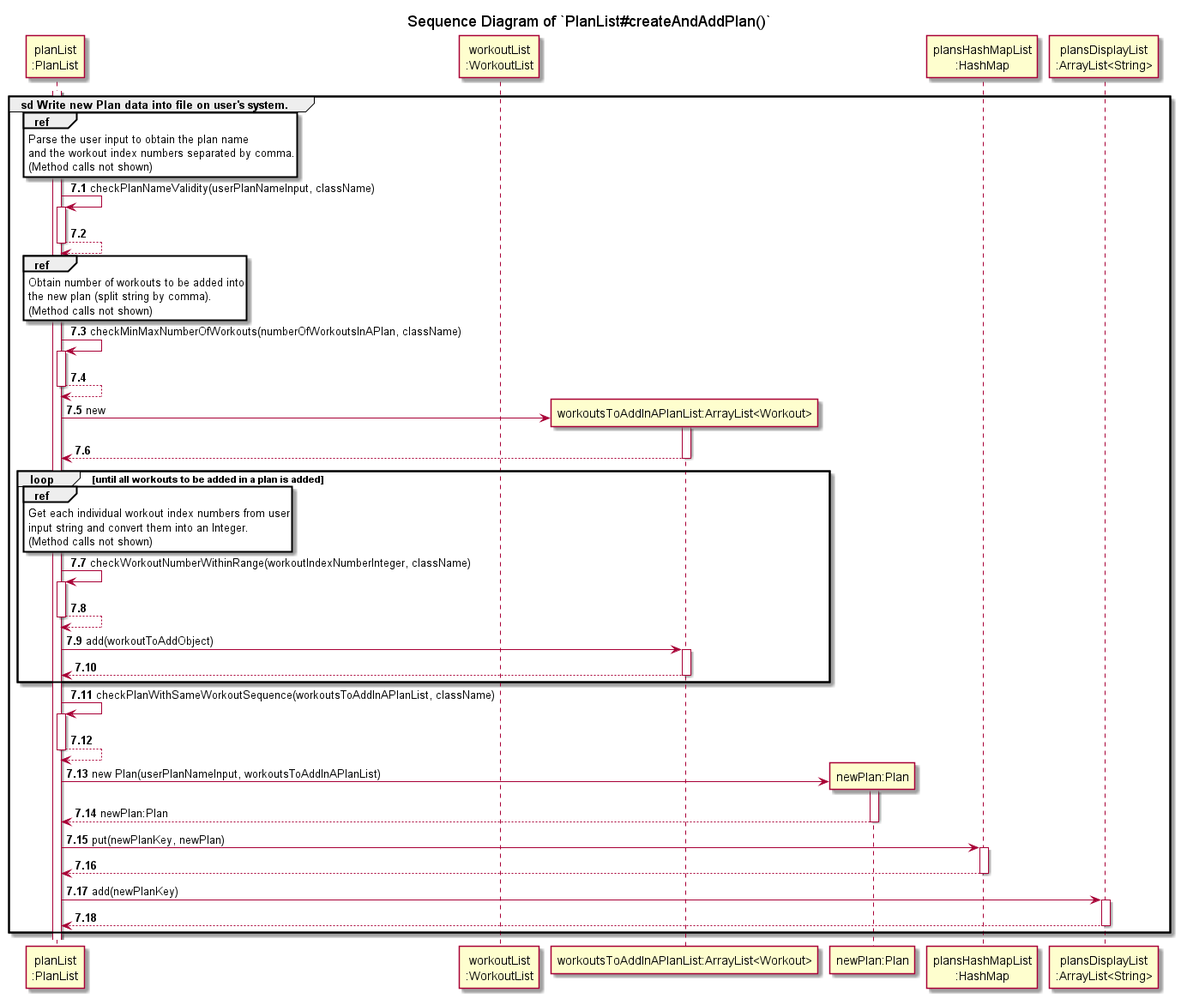
nus-cs2113-AY2122S2/tp keeps this PlantUML diagram as docs/uml/sequenceDiagrams/plans/images/createPlan-Part2.png. Above is the earlier version. The source it was exported from:
```plantuml
@startuml
!include ../Style.puml

autonumber 7.1

title Sequence Diagram of `PlanList#createAndAddPlan()`

participant "planList\n:PlanList" AS pl
participant "workoutList\n:WorkoutList" AS wl

activate pl
group sd Write new Plan data into file on user's system.

ref over pl
Parse the user input to obtain the plan name
and the workout index numbers separated by comma.
(Method calls not shown)
end

pl -> pl : checkPlanNameValidity(userPlanNameInput, className)
activate pl
return


ref over pl
Obtain number of workouts to be added into
the new plan (split string by comma).
(Method calls not shown)
end

pl -> pl : checkMinMaxNumberOfWorkouts(numberOfWorkoutsInAPlan, className)
activate pl
return

create "workoutsToAddInAPlanList:ArrayList<Workout>" AS wtoadd
pl -> wtoadd : new
activate wtoadd
return

loop until all workouts to be added in a plan is added

ref over pl
Get each individual workout index numbers from user
input string and convert them into an Integer.
(Method calls not shown)
end

pl -> pl : checkWorkoutNumberWithinRange(workoutIndexNumberInteger, className)
activate pl
return

pl -> wtoadd : add(workoutToAddObject)
activate wtoadd
return
end

pl -> pl : checkPlanWithSameWorkoutSequence(workoutsToAddInAPlanList, className)
activate pl
return

create "newPlan:Plan" AS newPlan
pl -> newPlan : new Plan(userPlanNameInput, workoutsToAddInAPlanList)
activate newPlan
return newPlan:Plan

pl -> "plansHashMapList\n:HashMap" : put(newPlanKey, newPlan)
activate "plansHashMapList\n:HashMap"
return

pl -> "plansDisplayList\n:ArrayList<String>" : add(newPlanKey)
activate "plansDisplayList\n:ArrayList<String>"
return

end
@enduml
```
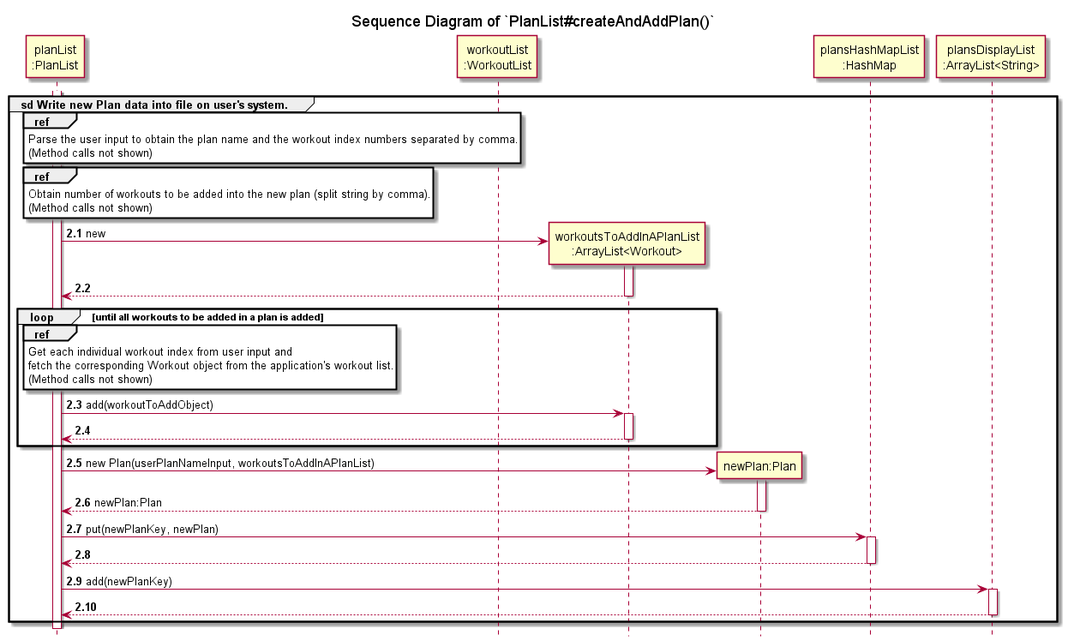
The same diagram one commit later.

What changed in the source:
```diff
@@ -1,9 +1,10 @@
 @startuml
-!include ../Style.puml
+!include ../../Style.puml
 
-autonumber 7.1
+autonumber 2.1
 
 title Sequence Diagram of `PlanList#createAndAddPlan()`
+hide footbox
 
 participant "planList\n:PlanList" AS pl
 participant "workoutList\n:WorkoutList" AS wl
@@ -12,27 +13,16 @@
 group sd Write new Plan data into file on user's system.
 
 ref over pl
-Parse the user input to obtain the plan name
-and the workout index numbers separated by comma.
+Parse the user input to obtain the plan name and the workout index numbers separated by comma.
 (Method calls not shown)
 end
 
-pl -> pl : checkPlanNameValidity(userPlanNameInput, className)
-activate pl
-return
-
-
 ref over pl
-Obtain number of workouts to be added into
-the new plan (split string by comma).
+Obtain number of workouts to be added into the new plan (split string by comma).
 (Method calls not shown)
 end
 
-pl -> pl : checkMinMaxNumberOfWorkouts(numberOfWorkoutsInAPlan, className)
-activate pl
-return
-
-create "workoutsToAddInAPlanList:ArrayList<Workout>" AS wtoadd
+create "workoutsToAddInAPlanList\n:ArrayList<Workout>" AS wtoadd
 pl -> wtoadd : new
 activate wtoadd
 return
@@ -40,23 +30,15 @@
 loop until all workouts to be added in a plan is added
 
 ref over pl
-Get each individual workout index numbers from user
-input string and convert them into an Integer.
+Get each individual workout index from user input and
+fetch the corresponding Workout object from the application's workout list.
 (Method calls not shown)
 end
-
-pl -> pl : checkWorkoutNumberWithinRange(workoutIndexNumberInteger, className)
-activate pl
-return
 
 pl -> wtoadd : add(workoutToAddObject)
 activate wtoadd
 return
 end
-
-pl -> pl : checkPlanWithSameWorkoutSequence(workoutsToAddInAPlanList, className)
-activate pl
-return
 
 create "newPlan:Plan" AS newPlan
 pl -> newPlan : new Plan(userPlanNameInput, workoutsToAddInAPlanList)
```
